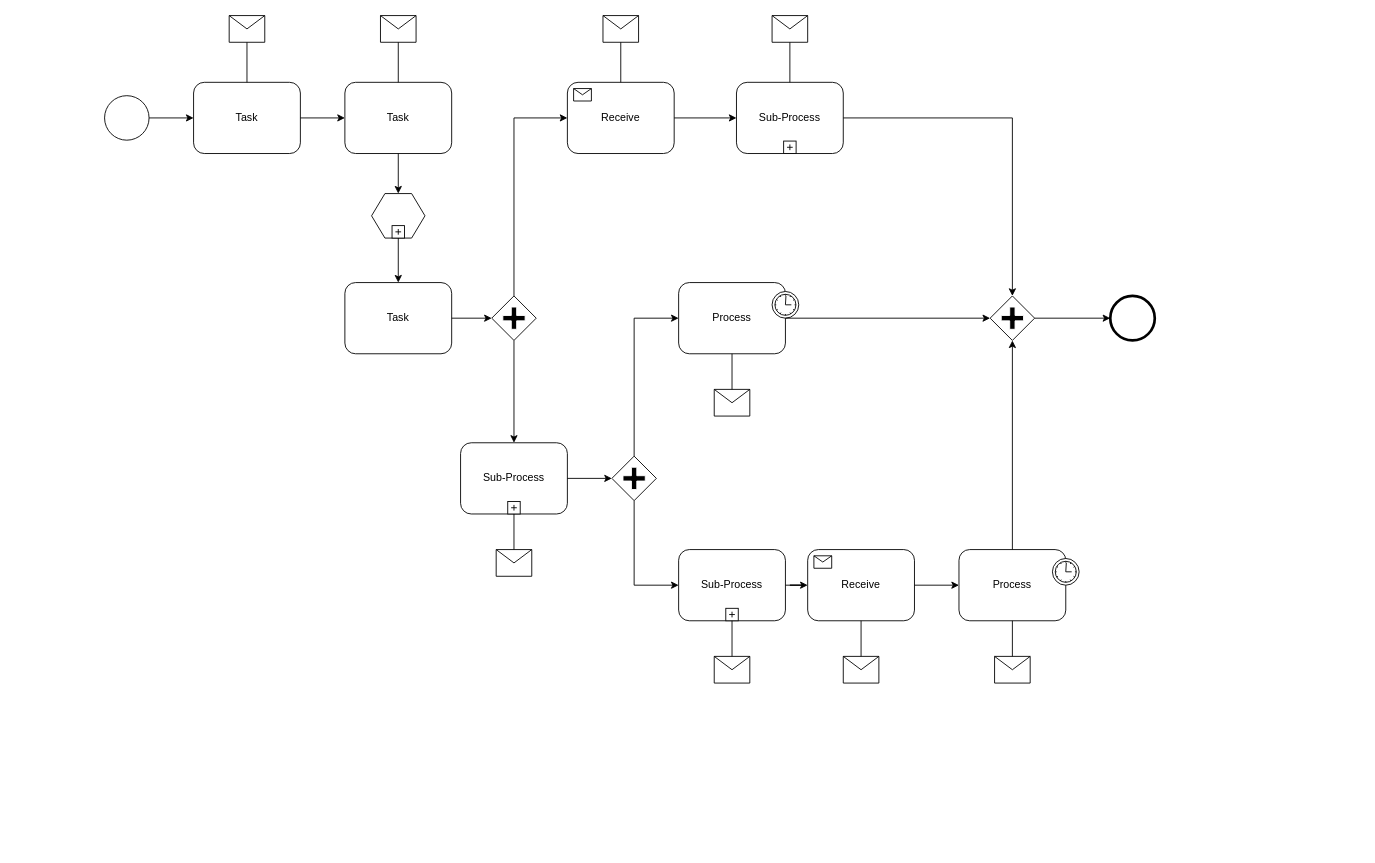
Earlier version of the draw.io diagram IS.drawio (lo0109/lo0109). Source tidied: cells renumbered, new cells numbered last; positions are measured from the earlier drawing's top-left corner, leaving out a move shared by most shapes. Both pictures are drawn from the tidied source at 89%, with x=0, y=0 at pixel (104, 15).
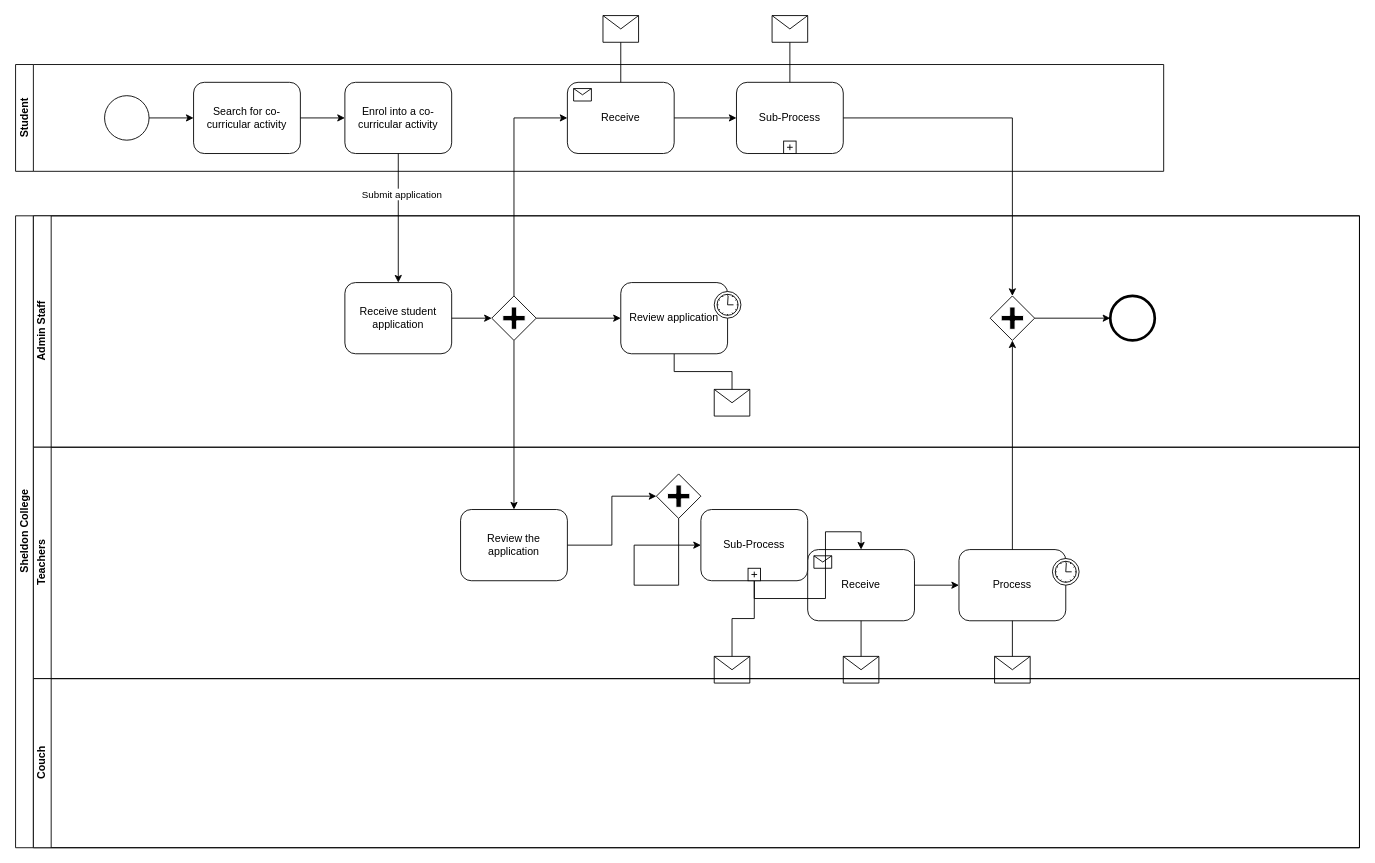
The same diagram, later.

The change refers to these unchanged cells:
```xml
<mxCell id="10" style="shape=mxgraph.bpmn.shape;html=1;verticalLabelPosition=bottom;labelBackgroundColor=#ffffff;verticalAlign=top;perimeter=rhombusPerimeter;background=gateway;outline=none;symbol=parallelGw;" parent="1" vertex="1">
  <mxGeometry x="435" y="315" width="50" height="50" as="geometry" />
</mxCell>
<mxCell id="23" style="shape=mxgraph.bpmn.shape;html=1;verticalLabelPosition=bottom;labelBackgroundColor=#ffffff;verticalAlign=top;perimeter=rhombusPerimeter;background=gateway;outline=none;symbol=parallelGw;" parent="1" vertex="1">
  <mxGeometry x="995" y="315" width="50" height="50" as="geometry" />
</mxCell>
```

The edit, as a diff of the source:
```diff
@@
-    <mxCell id="3" value="Task" style="shape=ext;rounded=1;html=1;whiteSpace=wrap;" parent="1" vertex="1">
+    <mxCell id="3" value="Search for co-curricular activity" style="shape=ext;rounded=1;html=1;whiteSpace=wrap;" parent="1" vertex="1">
       <mxGeometry x="100" y="75" width="120" height="80" as="geometry" />
     </mxCell>
-    <mxCell id="4" value="Task" style="shape=ext;rounded=1;html=1;whiteSpace=wrap;" parent="1" vertex="1">
+    <mxCell id="4" value="Enrol into a co-curricular activity" style="shape=ext;rounded=1;html=1;whiteSpace=wrap;" parent="1" vertex="1">
       <mxGeometry x="270" y="75" width="120" height="80" as="geometry" />
     </mxCell>
-    <mxCell id="5" style="shape=message;whiteSpace=wrap;html=1;" parent="1" vertex="1">
-      <mxGeometry x="140" width="40" height="30" as="geometry" />
-    </mxCell>
-    <mxCell id="6" style="shape=message;whiteSpace=wrap;html=1;" parent="1" vertex="1">
-      <mxGeometry x="310" width="40" height="30" as="geometry" />
-    </mxCell>
-    <mxCell id="7" style="shape=hexagon;whiteSpace=wrap;html=1;perimeter=hexagonPerimeter;" parent="1" vertex="1">
-      <mxGeometry x="300" y="200" width="60" height="50" as="geometry" />
-    </mxCell>
-    <mxCell id="8" style="html=1;shape=plus;" parent="7" vertex="1">
-      <mxGeometry x="0.5" y="1" width="14" height="14" relative="1" as="geometry">
-        <mxPoint x="-7" y="-14" as="offset" />
-      </mxGeometry>
-    </mxCell>
-    <mxCell id="9" value="Task" style="shape=ext;rounded=1;html=1;whiteSpace=wrap;" parent="1" vertex="1">
+    <mxCell id="9" value="Receive student application" style="shape=ext;rounded=1;html=1;whiteSpace=wrap;" parent="1" vertex="1">
       <mxGeometry x="270" y="300" width="120" height="80" as="geometry" />
     </mxCell>
+    <mxCell id="61" style="edgeStyle=orthogonalEdgeStyle;rounded=0;jettySize=auto;html=1;entryX=0;entryY=0.5;entryDx=0;entryDy=0;" parent="1" edge="1" source="10" target="15">
+      <mxGeometry relative="1" as="geometry" />
+    </mxCell>
@@
-    <mxCell id="15" value="Process" style="html=1;whiteSpace=wrap;rounded=1;" parent="1" vertex="1">
-      <mxGeometry x="645" y="300" width="120" height="80" as="geometry" />
-    </mxCell>
-    <mxCell id="16" style="shape=mxgraph.bpmn.timer_start;perimeter=ellipsePerimeter;html=1;labelPosition=right;labelBackgroundColor=#ffffff;align=left;" parent="15" vertex="1">
-      <mxGeometry x="1" width="30" height="30" relative="1" as="geometry">
-        <mxPoint x="-15" y="10" as="offset" />
-      </mxGeometry>
-    </mxCell>
@@
-    <mxCell id="21" value="Sub-Process" style="html=1;whiteSpace=wrap;rounded=1;" parent="1" vertex="1">
-      <mxGeometry x="645" y="600" width="120" height="80" as="geometry" />
-    </mxCell>
-    <mxCell id="22" style="html=1;shape=plus;" parent="21" vertex="1">
-      <mxGeometry x="0.5" y="1" width="14" height="14" relative="1" as="geometry">
-        <mxPoint x="-7" y="-14" as="offset" />
-      </mxGeometry>
-    </mxCell>
@@
-    <mxCell id="27" value="Sub-Process" style="html=1;whiteSpace=wrap;rounded=1;" parent="1" vertex="1">
-      <mxGeometry x="400" y="480" width="120" height="80" as="geometry" />
-    </mxCell>
-    <mxCell id="28" style="html=1;shape=plus;" parent="27" vertex="1">
-      <mxGeometry x="0.5" y="1" width="14" height="14" relative="1" as="geometry">
-        <mxPoint x="-7" y="-14" as="offset" />
-      </mxGeometry>
-    </mxCell>
-    <mxCell id="29" style="shape=message;whiteSpace=wrap;html=1;" parent="1" vertex="1">
-      <mxGeometry x="440" y="600" width="40" height="30" as="geometry" />
-    </mxCell>
@@
-    <mxCell id="35" style="edgeStyle=orthogonalEdgeStyle;rounded=0;html=1;jettySize=auto;endArrow=none;endFill=0;" parent="1" edge="1" source="5" target="3">
-      <mxGeometry relative="1" as="geometry" />
-    </mxCell>
-    <mxCell id="36" style="edgeStyle=orthogonalEdgeStyle;rounded=0;html=1;jettySize=auto;endArrow=none;endFill=0;" parent="1" edge="1" source="6" target="4">
-      <mxGeometry relative="1" as="geometry" />
-    </mxCell>
@@
-    <mxCell id="42" style="edgeStyle=orthogonalEdgeStyle;rounded=0;html=1;jettySize=auto;" parent="1" edge="1" source="15" target="23">
-      <mxGeometry relative="1" as="geometry" />
-    </mxCell>
@@
-    <mxCell id="45" style="edgeStyle=orthogonalEdgeStyle;rounded=0;html=1;jettySize=auto;" parent="1" edge="1" source="4" target="7">
-      <mxGeometry relative="1" as="geometry" />
-    </mxCell>
-    <mxCell id="46" style="edgeStyle=orthogonalEdgeStyle;rounded=0;html=1;jettySize=auto;" parent="1" edge="1" source="7" target="9">
+    <mxCell id="46" style="edgeStyle=orthogonalEdgeStyle;rounded=0;html=1;jettySize=auto;exitX=0.5;exitY=1;exitDx=0;exitDy=0;" parent="1" edge="1" source="4" target="9">
       <mxGeometry relative="1" as="geometry" />
     </mxCell>
+    <mxCell id="62" value="Submit application" style="edgeLabel;html=1;align=center;verticalAlign=middle;" parent="46" vertex="1">
+      <mxGeometry x="-0.39" y="3" relative="1" as="geometry">
+        <mxPoint y="1" as="offset" />
+      </mxGeometry>
+    </mxCell>
@@
-    <mxCell id="50" style="edgeStyle=orthogonalEdgeStyle;rounded=0;html=1;jettySize=auto;endArrow=none;endFill=0;" parent="1" edge="1" source="29" target="27">
-      <mxGeometry relative="1" as="geometry" />
-    </mxCell>
-    <mxCell id="51" style="shape=mxgraph.bpmn.shape;html=1;verticalLabelPosition=bottom;labelBackgroundColor=#ffffff;verticalAlign=top;perimeter=rhombusPerimeter;background=gateway;outline=none;symbol=parallelGw;" parent="1" vertex="1">
-      <mxGeometry x="570" y="495" width="50" height="50" as="geometry" />
-    </mxCell>
-    <mxCell id="52" style="edgeStyle=orthogonalEdgeStyle;rounded=0;html=1;jettySize=auto;" parent="1" edge="1" source="51" target="21">
-      <mxGeometry relative="1" as="geometry">
-        <Array as="points">
-          <mxPoint x="595" y="640" />
-        </Array>
-      </mxGeometry>
-    </mxCell>
-    <mxCell id="53" style="edgeStyle=orthogonalEdgeStyle;rounded=0;html=1;jettySize=auto;" parent="1" edge="1" source="51" target="15">
-      <mxGeometry relative="1" as="geometry">
-        <Array as="points">
-          <mxPoint x="595" y="340" />
-        </Array>
-      </mxGeometry>
-    </mxCell>
@@
-    <mxCell id="55" style="edgeStyle=orthogonalEdgeStyle;rounded=0;html=1;jettySize=auto;" parent="1" edge="1" source="27" target="51">
-      <mxGeometry relative="1" as="geometry" />
-    </mxCell>
@@
+    <mxCell id="63" value="Sheldon College" style="swimlane;horizontal=0;startSize=20;html=1;" parent="1" vertex="1">
+      <mxGeometry x="-100" y="225" width="1510" height="710" as="geometry" />
+    </mxCell>
+    <mxCell id="64" value="Admin Staff" style="swimlane;startSize=20;horizontal=0;html=1;" parent="63" vertex="1">
+      <mxGeometry x="20" width="1490" height="260" as="geometry" />
+    </mxCell>
+    <mxCell id="15" value="Review application" style="html=1;whiteSpace=wrap;rounded=1;" parent="64" vertex="1">
+      <mxGeometry x="660" y="75" width="120" height="80" as="geometry" />
+    </mxCell>
+    <mxCell id="16" style="shape=mxgraph.bpmn.timer_start;perimeter=ellipsePerimeter;html=1;labelPosition=right;labelBackgroundColor=#ffffff;align=left;" parent="15" vertex="1">
+      <mxGeometry x="1" width="30" height="30" relative="1" as="geometry">
+        <mxPoint x="-15" y="10" as="offset" />
+      </mxGeometry>
+    </mxCell>
+    <mxCell id="65" value="Teachers" style="swimlane;startSize=20;horizontal=0;html=1;" parent="63" vertex="1">
+      <mxGeometry x="20" y="260" width="1490" height="260" as="geometry" />
+    </mxCell>
+    <mxCell id="27" value="Review the application" style="html=1;whiteSpace=wrap;rounded=1;" parent="65" vertex="1">
+      <mxGeometry x="480" y="70" width="120" height="80" as="geometry" />
+    </mxCell>
+    <mxCell id="21" value="Sub-Process" style="html=1;whiteSpace=wrap;rounded=1;" parent="65" vertex="1">
+      <mxGeometry x="750" y="70" width="120" height="80" as="geometry" />
+    </mxCell>
+    <mxCell id="22" style="html=1;shape=plus;" parent="21" vertex="1">
+      <mxGeometry x="0.5" y="1" width="14" height="14" relative="1" as="geometry">
+        <mxPoint x="-7" y="-14" as="offset" />
+      </mxGeometry>
+    </mxCell>
+    <mxCell id="51" style="shape=mxgraph.bpmn.shape;html=1;verticalLabelPosition=bottom;labelBackgroundColor=#ffffff;verticalAlign=top;perimeter=rhombusPerimeter;background=gateway;outline=none;symbol=parallelGw;" parent="65" vertex="1">
+      <mxGeometry x="700" y="30" width="50" height="50" as="geometry" />
+    </mxCell>
+    <mxCell id="52" style="edgeStyle=orthogonalEdgeStyle;rounded=0;html=1;jettySize=auto;" parent="65" edge="1" source="51" target="21">
+      <mxGeometry relative="1" as="geometry">
+        <Array as="points">
+          <mxPoint x="675" y="155" />
+        </Array>
+      </mxGeometry>
+    </mxCell>
+    <mxCell id="55" style="edgeStyle=orthogonalEdgeStyle;rounded=0;html=1;jettySize=auto;" parent="65" edge="1" source="27" target="51">
+      <mxGeometry relative="1" as="geometry" />
+    </mxCell>
+    <mxCell id="66" value="Couch" style="swimlane;startSize=20;horizontal=0;html=1;" parent="63" vertex="1">
+      <mxGeometry x="20" y="520" width="1490" height="190" as="geometry" />
+    </mxCell>
+    <mxCell id="67" value="Student" style="swimlane;startSize=20;horizontal=0;html=1;whiteSpace=wrap;" parent="1" vertex="1">
+      <mxGeometry x="-100" y="55" width="1290" height="120" as="geometry" />
+    </mxCell>
```
